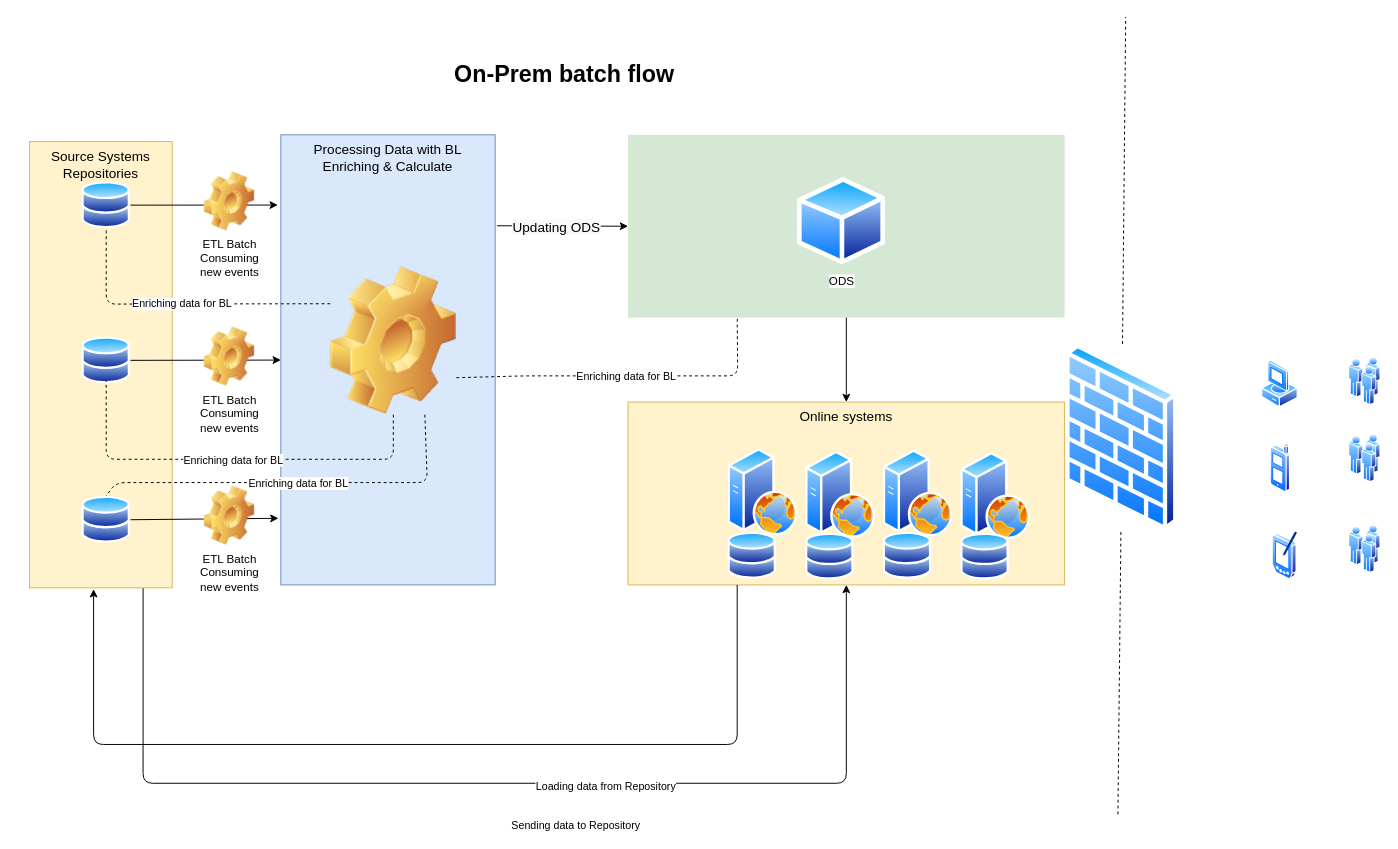
This is ODS on prem1.drawio from itaybaran/drawing, a draw.io file, before an edit. Source tidied: cells renumbered, new cells numbered last; positions are measured from the earlier drawing's top-left corner, leaving out a move shared by most shapes. Both pictures are drawn from the tidied source at 97%, with x=0, y=0 at pixel (29, 16).
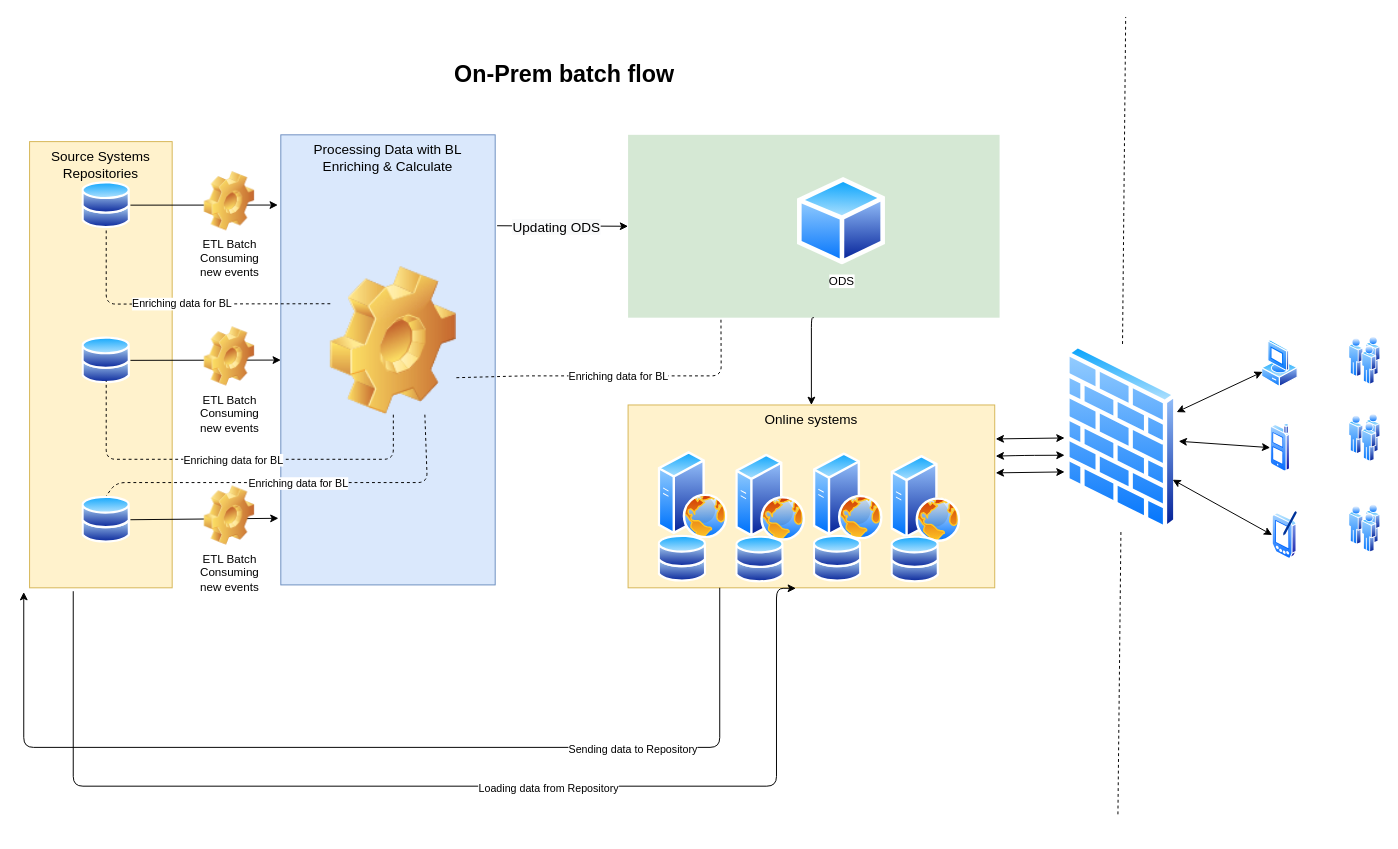
Above is the later version.

Unchanged cells that the change refers to:
```xml
<mxCell id="4" value="Source Systems&lt;br&gt;Repositories" style="whiteSpace=wrap;html=1;fillColor=#fff2cc;fontSize=14;strokeColor=#d6b656;verticalAlign=top;" parent="1" vertex="1">
  <mxGeometry y="128.5" width="147" height="460" as="geometry" />
</mxCell>
<mxCell id="9" style="shape=image;html=1;verticalLabelPosition=bottom;verticalAlign=top;imageAspect=1;image=img/clipart/Gear_128x128.png;" parent="1" vertex="1">
  <mxGeometry x="310" y="257.5" width="130" height="152.5" as="geometry" />
</mxCell>
<mxCell id="48" style="perimeter=ellipsePerimeter;html=1;align=center;shadow=0;dashed=0;spacingTop=3;image;image=img/lib/active_directory/firewall.svg;" parent="1" vertex="1">
  <mxGeometry x="1067" y="337.1" width="117.7" height="192.9" as="geometry" />
</mxCell>
```

The edit, as a diff of the source:
```diff
@@
     <mxCell id="2" style="whiteSpace=wrap;html=1;fillColor=#d5e8d4;fontSize=14;strokeColor=none;verticalAlign=top;" parent="1" vertex="1">
-      <mxGeometry x="617" y="121.5" width="450" height="188.5" as="geometry" />
+      <mxGeometry x="617" y="121.5" width="383" height="188.5" as="geometry" />
     </mxCell>
@@
     <mxCell id="17" value="Online systems" style="whiteSpace=wrap;html=1;fillColor=#fff2cc;fontSize=14;strokeColor=#d6b656;verticalAlign=top;" parent="1" vertex="1">
-      <mxGeometry x="617" y="397" width="450" height="188.5" as="geometry" />
+      <mxGeometry x="617" y="400" width="378" height="188.5" as="geometry" />
     </mxCell>
@@
     <mxCell id="19" style="perimeter=ellipsePerimeter;html=1;align=center;shadow=0;dashed=0;spacingTop=3;image;image=img/lib/active_directory/web_server.svg;" parent="1" vertex="1">
-      <mxGeometry x="960" y="448.8" width="72" height="90" as="geometry" />
+      <mxGeometry x="888" y="451.8" width="72" height="90" as="geometry" />
     </mxCell>
     <mxCell id="20" style="perimeter=ellipsePerimeter;html=1;align=center;shadow=0;dashed=0;spacingTop=3;image;image=img/lib/active_directory/web_server.svg;" parent="1" vertex="1">
-      <mxGeometry x="880" y="446.2" width="72" height="90" as="geometry" />
+      <mxGeometry x="808" y="449.2" width="72" height="90" as="geometry" />
     </mxCell>
     <mxCell id="21" style="perimeter=ellipsePerimeter;html=1;align=center;shadow=0;dashed=0;spacingTop=3;image;image=img/lib/active_directory/web_server.svg;" parent="1" vertex="1">
-      <mxGeometry x="800" y="447.5" width="72" height="90" as="geometry" />
+      <mxGeometry x="728" y="450.5" width="72" height="90" as="geometry" />
     </mxCell>
     <mxCell id="22" style="perimeter=ellipsePerimeter;html=1;align=center;shadow=0;dashed=0;spacingTop=3;image;image=img/lib/active_directory/web_server.svg;" parent="1" vertex="1">
-      <mxGeometry x="720" y="445" width="72" height="90" as="geometry" />
+      <mxGeometry x="648" y="448" width="72" height="90" as="geometry" />
     </mxCell>
-    <mxCell id="23" style="edgeStyle=elbowEdgeStyle;elbow=vertical;endArrow=classic;html=1;exitX=0.25;exitY=1;exitDx=0;exitDy=0;entryX=0.449;entryY=1.003;entryDx=0;entryDy=0;entryPerimeter=0;" parent="1" edge="1" source="17" target="4">
+    <mxCell id="23" style="edgeStyle=elbowEdgeStyle;elbow=vertical;endArrow=classic;html=1;exitX=0.25;exitY=1;exitDx=0;exitDy=0;entryX=0.449;entryY=1.003;entryDx=0;entryDy=0;entryPerimeter=0;" parent="1" edge="1" source="17">
       <mxGeometry relative="1" as="geometry">
+        <mxPoint x="-6" y="592.9" as="targetPoint" />
         <Array as="points">
-          <mxPoint x="380" y="750" />
+          <mxPoint x="308" y="753" />
         </Array>
       </mxGeometry>
     </mxCell>
@@
-    <mxCell id="25" style="edgeStyle=segmentEdgeStyle;endArrow=classic;html=1;exitX=0.796;exitY=1.001;exitDx=0;exitDy=0;exitPerimeter=0;entryX=0.5;entryY=1;entryDx=0;entryDy=0;" parent="1" edge="1" source="4" target="17">
+    <mxCell id="25" style="edgeStyle=segmentEdgeStyle;endArrow=classic;html=1;exitX=0.796;exitY=1.001;exitDx=0;exitDy=0;exitPerimeter=0;" parent="1" edge="1">
       <mxGeometry relative="1" as="geometry">
+        <mxPoint x="45" y="592" as="sourcePoint" />
+        <mxPoint x="790" y="589" as="targetPoint" />
         <Array as="points">
-          <mxPoint x="117" y="790" />
-          <mxPoint x="842" y="790" />
+          <mxPoint x="45" y="793" />
+          <mxPoint x="770" y="793" />
         </Array>
       </mxGeometry>
     </mxCell>
@@
     <mxCell id="35" style="endArrow=none;dashed=1;html=1;exitX=1;exitY=0.75;exitDx=0;exitDy=0;entryX=0.25;entryY=1;entryDx=0;entryDy=0;" parent="1" edge="1" source="9" target="2">
       <mxGeometry relative="1" as="geometry">
         <Array as="points">
           <mxPoint x="510" y="370" />
-          <mxPoint x="730" y="370" />
+          <mxPoint x="713" y="370" />
         </Array>
       </mxGeometry>
     </mxCell>
@@
     <mxCell id="37" style="perimeter=ellipsePerimeter;html=1;align=center;shadow=0;dashed=0;spacingTop=3;image;image=img/lib/active_directory/databases.svg;" parent="1" vertex="1">
-      <mxGeometry x="720" y="531" width="50" height="49" as="geometry" />
+      <mxGeometry x="648" y="534" width="50" height="49" as="geometry" />
     </mxCell>
     <mxCell id="38" style="perimeter=ellipsePerimeter;html=1;align=center;shadow=0;dashed=0;spacingTop=3;image;image=img/lib/active_directory/databases.svg;" parent="1" vertex="1">
-      <mxGeometry x="800" y="531.8" width="50" height="49" as="geometry" />
+      <mxGeometry x="728" y="534.8" width="50" height="49" as="geometry" />
     </mxCell>
     <mxCell id="39" style="perimeter=ellipsePerimeter;html=1;align=center;shadow=0;dashed=0;spacingTop=3;image;image=img/lib/active_directory/databases.svg;" parent="1" vertex="1">
-      <mxGeometry x="880" y="531" width="50" height="49" as="geometry" />
+      <mxGeometry x="808" y="534" width="50" height="49" as="geometry" />
     </mxCell>
     <mxCell id="40" style="perimeter=ellipsePerimeter;html=1;align=center;shadow=0;dashed=0;spacingTop=3;image;image=img/lib/active_directory/databases.svg;" parent="1" vertex="1">
-      <mxGeometry x="960" y="531.8" width="50" height="49" as="geometry" />
+      <mxGeometry x="888" y="534.8" width="50" height="49" as="geometry" />
     </mxCell>
@@
     <mxCell id="42" style="perimeter=ellipsePerimeter;html=1;align=center;shadow=0;dashed=0;spacingTop=3;image;image=img/lib/active_directory/users.svg;" parent="1" vertex="1">
-      <mxGeometry x="1360" y="350.5" width="33" height="50" as="geometry" />
+      <mxGeometry x="1360" y="329.5" width="33" height="50" as="geometry" />
     </mxCell>
     <mxCell id="43" style="perimeter=ellipsePerimeter;html=1;align=center;shadow=0;dashed=0;spacingTop=3;image;image=img/lib/active_directory/users.svg;" parent="1" vertex="1">
-      <mxGeometry x="1360" y="430" width="33" height="50" as="geometry" />
+      <mxGeometry x="1360" y="409" width="33" height="50" as="geometry" />
     </mxCell>
     <mxCell id="44" style="perimeter=ellipsePerimeter;html=1;align=center;shadow=0;dashed=0;spacingTop=3;image;image=img/lib/active_directory/users.svg;" parent="1" vertex="1">
-      <mxGeometry x="1360" y="523.5" width="33" height="50" as="geometry" />
+      <mxGeometry x="1360" y="502.5" width="33" height="50" as="geometry" />
     </mxCell>
     <mxCell id="45" style="perimeter=ellipsePerimeter;html=1;align=center;shadow=0;dashed=0;spacingTop=3;image;image=img/lib/active_directory/vista_client.svg;" parent="1" vertex="1">
-      <mxGeometry x="1270" y="353.5" width="38" height="50" as="geometry" />
+      <mxGeometry x="1270" y="332.5" width="38" height="50" as="geometry" />
     </mxCell>
     <mxCell id="46" style="perimeter=ellipsePerimeter;html=1;align=center;shadow=0;dashed=0;spacingTop=3;image;image=img/lib/active_directory/cell_phone.svg;" parent="1" vertex="1">
-      <mxGeometry x="1279" y="440" width="21" height="50" as="geometry" />
+      <mxGeometry x="1279" y="419" width="21" height="50" as="geometry" />
     </mxCell>
     <mxCell id="47" style="perimeter=ellipsePerimeter;html=1;align=center;shadow=0;dashed=0;spacingTop=3;image;image=img/lib/active_directory/pda.svg;" parent="1" vertex="1">
-      <mxGeometry x="1281" y="530" width="27" height="50" as="geometry" />
+      <mxGeometry x="1281" y="509" width="27" height="50" as="geometry" />
     </mxCell>
@@
+    <mxCell id="50" style="endArrow=classic;startArrow=classic;html=1;exitX=1;exitY=0.75;exitDx=0;exitDy=0;entryX=0;entryY=0.5;entryDx=0;entryDy=0;" parent="1" edge="1" source="48" target="47">
+      <mxGeometry relative="1" as="geometry" />
+    </mxCell>
+    <mxCell id="51" style="endArrow=classic;startArrow=classic;html=1;entryX=0;entryY=0.5;entryDx=0;entryDy=0;" parent="1" edge="1" source="48" target="46">
+      <mxGeometry relative="1" as="geometry" />
+    </mxCell>
+    <mxCell id="52" style="endArrow=classic;startArrow=classic;html=1;" parent="1" edge="1" source="48" target="45">
+      <mxGeometry relative="1" as="geometry" />
+    </mxCell>
+    <mxCell id="53" style="endArrow=classic;startArrow=classic;html=1;" parent="1" edge="1" target="48">
+      <mxGeometry relative="1" as="geometry">
+        <mxPoint x="996" y="435" as="sourcePoint" />
+      </mxGeometry>
+    </mxCell>
+    <mxCell id="54" style="endArrow=classic;startArrow=classic;html=1;" parent="1" edge="1">
+      <mxGeometry relative="1" as="geometry">
+        <mxPoint x="996" y="452.7" as="sourcePoint" />
+        <mxPoint x="1067" y="451.8" as="targetPoint" />
+        <Array as="points">
+          <mxPoint x="1026" y="452" />
+        </Array>
+      </mxGeometry>
+    </mxCell>
+    <mxCell id="55" style="endArrow=classic;startArrow=classic;html=1;" parent="1" edge="1">
+      <mxGeometry relative="1" as="geometry">
+        <mxPoint x="996" y="470" as="sourcePoint" />
+        <mxPoint x="1067" y="469" as="targetPoint" />
+      </mxGeometry>
+    </mxCell>
```
